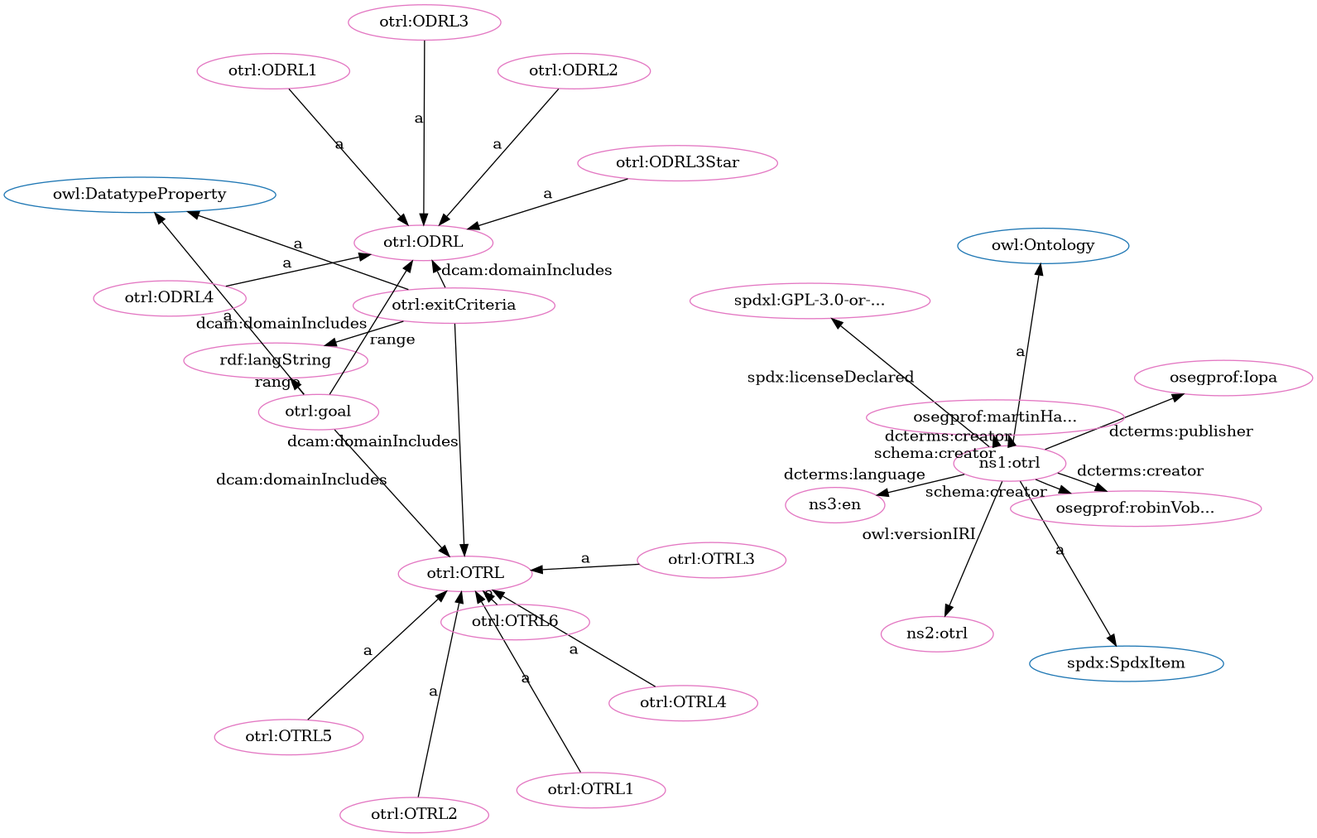
This is src/spec/fdp_otrl.png from iop-alliance/OpenKnowHow, a Graphviz export, as it was before one commit. Its source is kept beside it as src/spec/fdp_otrl.dot.
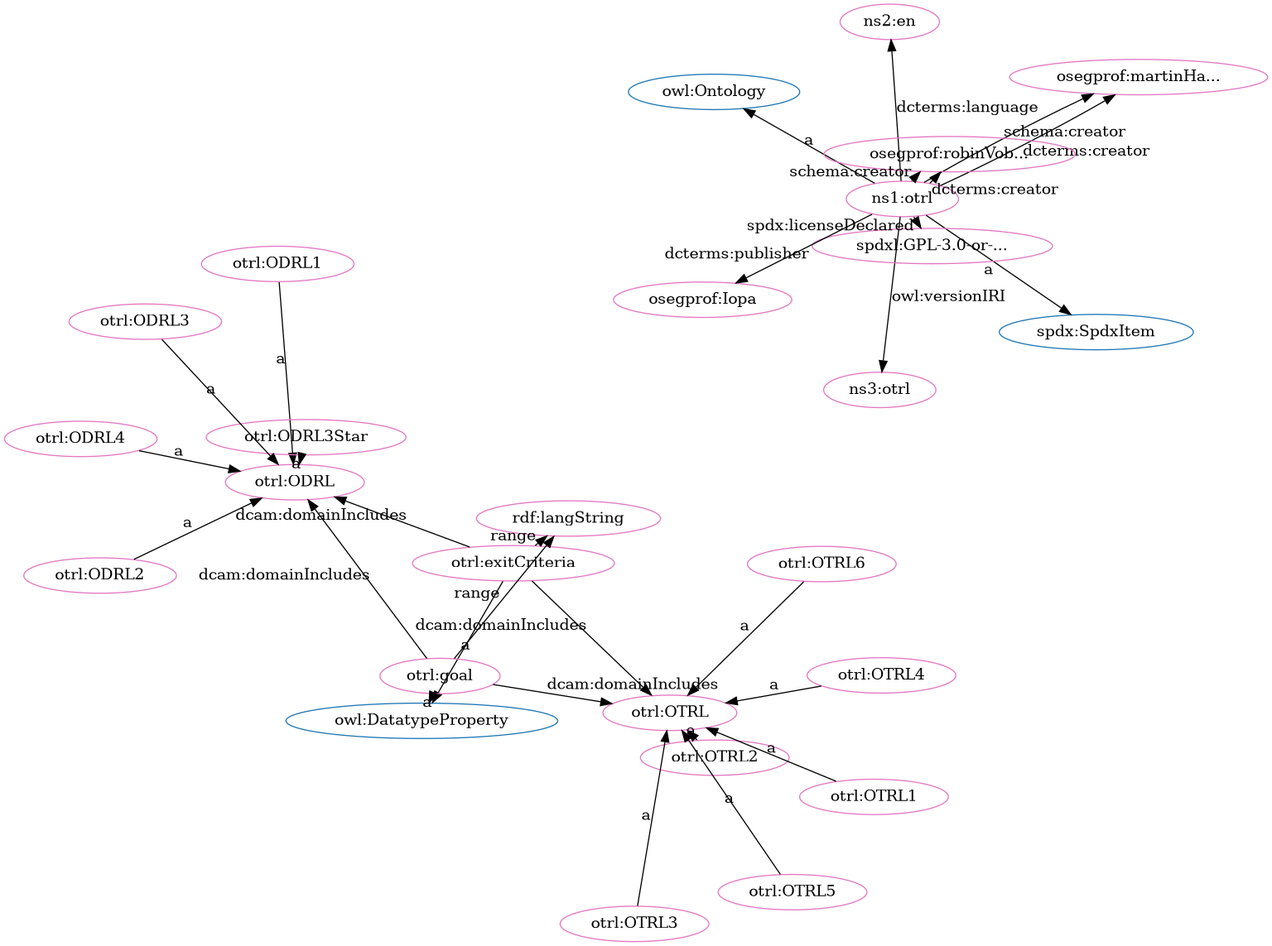
Later version of the same file.

What changed in the source:
```diff
@@ -1,61 +1,61 @@
 digraph G {
   rankdir=BT
   node[height=.3]
+"http://www.w3.org/2002/07/owl#Ontology" [fillcolor="#1f77b4" color="#1f77b4" label="owl:Ontology"]
+"http://w3id.org/oseg/ont/otrl#ODRL" [fillcolor="#1f77b4" color="#1f77b4" label="otrl:ODRL"]
+"http://spdx.org/rdf/terms#SpdxItem" [fillcolor="#1f77b4" color="#1f77b4" label="spdx:SpdxItem"]
 "http://w3id.org/oseg/ont/otrl#OTRL" [fillcolor="#1f77b4" color="#1f77b4" label="otrl:OTRL"]
-"http://www.w3.org/2002/07/owl#Ontology" [fillcolor="#1f77b4" color="#1f77b4" label="owl:Ontology"]
 "http://www.w3.org/2002/07/owl#DatatypeProperty" [fillcolor="#1f77b4" color="#1f77b4" label="owl:DatatypeProperty"]
-"http://spdx.org/rdf/terms#SpdxItem" [fillcolor="#1f77b4" color="#1f77b4" label="spdx:SpdxItem"]
-"http://w3id.org/oseg/ont/otrl#ODRL" [fillcolor="#1f77b4" color="#1f77b4" label="otrl:ODRL"]
+"http://w3id.org/oseg/ont/otrl#OTRL" [fillcolor="#e377c2" color="#e377c2" label="otrl:OTRL"]
+"http://w3id.org/oseg/ont/otrl#ODRL1" [fillcolor="#e377c2" color="#e377c2" label="otrl:ODRL1"]
 "http://w3id.org/oseg/ont/otrl" [fillcolor="#e377c2" color="#e377c2" label="ns1:otrl"]
-"http://spdx.org/licenses/GPL-3.0-or-later" [fillcolor="#e377c2" color="#e377c2" label="spdxl:GPL-3.0-or-..."]
-"http://w3id.org/oseg/ont/otrl#exitCriteria" [fillcolor="#e377c2" color="#e377c2" label="otrl:exitCriteria"]
-"http://w3id.org/oseg/ont/otrl#OTRL3" [fillcolor="#e377c2" color="#e377c2" label="otrl:OTRL3"]
-"http://www.w3.org/1999/02/22-rdf-syntax-ns#langString" [fillcolor="#e377c2" color="#e377c2" label="rdf:langString"]
-"http://w3id.org/oseg/ont/otrl#OTRL" [fillcolor="#e377c2" color="#e377c2" label="otrl:OTRL"]
-"http://w3id.org/oseg/ont/otrl#goal" [fillcolor="#e377c2" color="#e377c2" label="otrl:goal"]
-"http://w3id.org/oseg/ont/oseg-profiles#Iopa" [fillcolor="#e377c2" color="#e377c2" label="osegprof:Iopa"]
-"http://w3id.org/oseg/ont/otrl#OTRL4" [fillcolor="#e377c2" color="#e377c2" label="otrl:OTRL4"]
+"http://id.loc.gov/vocabulary/iso639-1/en" [fillcolor="#e377c2" color="#e377c2" label="ns2:en"]
+"http://w3id.org/oseg/ont/otrl#OTRL6" [fillcolor="#e377c2" color="#e377c2" label="otrl:OTRL6"]
 "http://w3id.org/oseg/ont/oseg-profiles#martinHaeuer" [fillcolor="#e377c2" color="#e377c2" label="osegprof:martinHa..."]
 "http://w3id.org/oseg/ont/otrl#ODRL" [fillcolor="#e377c2" color="#e377c2" label="otrl:ODRL"]
-"http://w3id.org/oseg/ont/1.1.0/otrl" [fillcolor="#e377c2" color="#e377c2" label="ns2:otrl"]
+"http://www.w3.org/1999/02/22-rdf-syntax-ns#langString" [fillcolor="#e377c2" color="#e377c2" label="rdf:langString"]
+"http://w3id.org/oseg/ont/oseg-profiles#robinVobruba" [fillcolor="#e377c2" color="#e377c2" label="osegprof:robinVob..."]
+"http://w3id.org/oseg/ont/otrl#OTRL2" [fillcolor="#e377c2" color="#e377c2" label="otrl:OTRL2"]
+"http://w3id.org/oseg/ont/otrl#exitCriteria" [fillcolor="#e377c2" color="#e377c2" label="otrl:exitCriteria"]
+"http://w3id.org/oseg/ont/otrl#ODRL2" [fillcolor="#e377c2" color="#e377c2" label="otrl:ODRL2"]
+"http://w3id.org/oseg/ont/1.1.0/otrl" [fillcolor="#e377c2" color="#e377c2" label="ns3:otrl"]
+"http://w3id.org/oseg/ont/otrl#OTRL1" [fillcolor="#e377c2" color="#e377c2" label="otrl:OTRL1"]
+"http://w3id.org/oseg/ont/otrl#OTRL3" [fillcolor="#e377c2" color="#e377c2" label="otrl:OTRL3"]
 "http://w3id.org/oseg/ont/otrl#ODRL4" [fillcolor="#e377c2" color="#e377c2" label="otrl:ODRL4"]
-"http://w3id.org/oseg/ont/oseg-profiles#robinVobruba" [fillcolor="#e377c2" color="#e377c2" label="osegprof:robinVob..."]
-"http://w3id.org/oseg/ont/otrl#ODRL1" [fillcolor="#e377c2" color="#e377c2" label="otrl:ODRL1"]
-"http://w3id.org/oseg/ont/otrl#OTRL1" [fillcolor="#e377c2" color="#e377c2" label="otrl:OTRL1"]
+"http://spdx.org/licenses/GPL-3.0-or-later" [fillcolor="#e377c2" color="#e377c2" label="spdxl:GPL-3.0-or-..."]
+"http://w3id.org/oseg/ont/otrl#ODRL3Star" [fillcolor="#e377c2" color="#e377c2" label="otrl:ODRL3Star"]
+"http://w3id.org/oseg/ont/otrl#ODRL3" [fillcolor="#e377c2" color="#e377c2" label="otrl:ODRL3"]
+"http://w3id.org/oseg/ont/otrl#goal" [fillcolor="#e377c2" color="#e377c2" label="otrl:goal"]
+"http://w3id.org/oseg/ont/otrl#OTRL4" [fillcolor="#e377c2" color="#e377c2" label="otrl:OTRL4"]
 "http://w3id.org/oseg/ont/otrl#OTRL5" [fillcolor="#e377c2" color="#e377c2" label="otrl:OTRL5"]
-"http://w3id.org/oseg/ont/otrl#OTRL2" [fillcolor="#e377c2" color="#e377c2" label="otrl:OTRL2"]
-"http://w3id.org/oseg/ont/otrl#ODRL3Star" [fillcolor="#e377c2" color="#e377c2" label="otrl:ODRL3Star"]
-"http://id.loc.gov/vocabulary/iso639-1/en" [fillcolor="#e377c2" color="#e377c2" label="ns3:en"]
-"http://w3id.org/oseg/ont/otrl#ODRL3" [fillcolor="#e377c2" color="#e377c2" label="otrl:ODRL3"]
-"http://w3id.org/oseg/ont/otrl#ODRL2" [fillcolor="#e377c2" color="#e377c2" label="otrl:ODRL2"]
-"http://w3id.org/oseg/ont/otrl#OTRL6" [fillcolor="#e377c2" color="#e377c2" label="otrl:OTRL6"]
+"http://w3id.org/oseg/ont/oseg-profiles#Iopa" [fillcolor="#e377c2" color="#e377c2" label="osegprof:Iopa"]
+  "http://w3id.org/oseg/ont/otrl" -> "http://www.w3.org/2002/07/owl#Ontology" [label="a"]
+  "http://w3id.org/oseg/ont/otrl" -> "http://id.loc.gov/vocabulary/iso639-1/en" [label="dcterms:language"]
+  "http://w3id.org/oseg/ont/otrl#OTRL6" -> "http://w3id.org/oseg/ont/otrl#OTRL" [label="a"]
+  "http://w3id.org/oseg/ont/otrl#exitCriteria" -> "http://www.w3.org/1999/02/22-rdf-syntax-ns#langString" [label="range"]
+  "http://w3id.org/oseg/ont/otrl#exitCriteria" -> "http://www.w3.org/2002/07/owl#DatatypeProperty" [label="a"]
+  "http://w3id.org/oseg/ont/otrl#goal" -> "http://w3id.org/oseg/ont/otrl#OTRL" [label="dcam:domainIncludes"]
+  "http://w3id.org/oseg/ont/otrl#ODRL2" -> "http://w3id.org/oseg/ont/otrl#ODRL" [label="a"]
+  "http://w3id.org/oseg/ont/otrl" -> "http://w3id.org/oseg/ont/1.1.0/otrl" [label="owl:versionIRI"]
+  "http://w3id.org/oseg/ont/otrl#exitCriteria" -> "http://w3id.org/oseg/ont/otrl#ODRL" [label="dcam:domainIncludes"]
+  "http://w3id.org/oseg/ont/otrl#OTRL3" -> "http://w3id.org/oseg/ont/otrl#OTRL" [label="a"]
+  "http://w3id.org/oseg/ont/otrl#ODRL4" -> "http://w3id.org/oseg/ont/otrl#ODRL" [label="a"]
+  "http://w3id.org/oseg/ont/otrl#ODRL3Star" -> "http://w3id.org/oseg/ont/otrl#ODRL" [label="a"]
+  "http://w3id.org/oseg/ont/otrl" -> "http://w3id.org/oseg/ont/oseg-profiles#martinHaeuer" [label="schema:creator"]
+  "http://w3id.org/oseg/ont/otrl#OTRL4" -> "http://w3id.org/oseg/ont/otrl#OTRL" [label="a"]
+  "http://w3id.org/oseg/ont/otrl#OTRL5" -> "http://w3id.org/oseg/ont/otrl#OTRL" [label="a"]
+  "http://w3id.org/oseg/ont/otrl" -> "http://w3id.org/oseg/ont/oseg-profiles#Iopa" [label="dcterms:publisher"]
+  "http://w3id.org/oseg/ont/otrl#goal" -> "http://www.w3.org/2002/07/owl#DatatypeProperty" [label="a"]
+  "http://w3id.org/oseg/ont/otrl#ODRL1" -> "http://w3id.org/oseg/ont/otrl#ODRL" [label="a"]
+  "http://w3id.org/oseg/ont/otrl#exitCriteria" -> "http://w3id.org/oseg/ont/otrl#OTRL" [label="dcam:domainIncludes"]
+  "http://w3id.org/oseg/ont/otrl" -> "http://w3id.org/oseg/ont/oseg-profiles#martinHaeuer" [label="dcterms:creator"]
+  "http://w3id.org/oseg/ont/otrl#goal" -> "http://w3id.org/oseg/ont/otrl#ODRL" [label="dcam:domainIncludes"]
+  "http://w3id.org/oseg/ont/otrl" -> "http://w3id.org/oseg/ont/oseg-profiles#robinVobruba" [label="schema:creator"]
+  "http://w3id.org/oseg/ont/otrl#OTRL2" -> "http://w3id.org/oseg/ont/otrl#OTRL" [label="a"]
+  "http://w3id.org/oseg/ont/otrl" -> "http://spdx.org/rdf/terms#SpdxItem" [label="a"]
+  "http://w3id.org/oseg/ont/otrl#goal" -> "http://www.w3.org/1999/02/22-rdf-syntax-ns#langString" [label="range"]
+  "http://w3id.org/oseg/ont/otrl#OTRL1" -> "http://w3id.org/oseg/ont/otrl#OTRL" [label="a"]
+  "http://w3id.org/oseg/ont/otrl" -> "http://w3id.org/oseg/ont/oseg-profiles#robinVobruba" [label="dcterms:creator"]
   "http://w3id.org/oseg/ont/otrl" -> "http://spdx.org/licenses/GPL-3.0-or-later" [label="spdx:licenseDeclared"]
-  "http://w3id.org/oseg/ont/otrl#OTRL3" -> "http://w3id.org/oseg/ont/otrl#OTRL" [label="a"]
-  "http://w3id.org/oseg/ont/otrl" -> "http://w3id.org/oseg/ont/oseg-profiles#Iopa" [label="dcterms:publisher"]
-  "http://w3id.org/oseg/ont/otrl#exitCriteria" -> "http://w3id.org/oseg/ont/otrl#ODRL" [label="dcam:domainIncludes"]
-  "http://w3id.org/oseg/ont/otrl#exitCriteria" -> "http://w3id.org/oseg/ont/otrl#OTRL" [label="dcam:domainIncludes"]
-  "http://w3id.org/oseg/ont/otrl" -> "http://w3id.org/oseg/ont/1.1.0/otrl" [label="owl:versionIRI"]
-  "http://w3id.org/oseg/ont/otrl" -> "http://w3id.org/oseg/ont/oseg-profiles#martinHaeuer" [label="schema:creator"]
-  "http://w3id.org/oseg/ont/otrl" -> "http://w3id.org/oseg/ont/oseg-profiles#robinVobruba" [label="dcterms:creator"]
-  "http://w3id.org/oseg/ont/otrl#OTRL1" -> "http://w3id.org/oseg/ont/otrl#OTRL" [label="a"]
-  "http://w3id.org/oseg/ont/otrl#OTRL5" -> "http://w3id.org/oseg/ont/otrl#OTRL" [label="a"]
-  "http://w3id.org/oseg/ont/otrl#OTRL2" -> "http://w3id.org/oseg/ont/otrl#OTRL" [label="a"]
-  "http://w3id.org/oseg/ont/otrl#goal" -> "http://w3id.org/oseg/ont/otrl#ODRL" [label="dcam:domainIncludes"]
-  "http://w3id.org/oseg/ont/otrl" -> "http://id.loc.gov/vocabulary/iso639-1/en" [label="dcterms:language"]
-  "http://w3id.org/oseg/ont/otrl" -> "http://www.w3.org/2002/07/owl#Ontology" [label="a"]
-  "http://w3id.org/oseg/ont/otrl#OTRL6" -> "http://w3id.org/oseg/ont/otrl#OTRL" [label="a"]
-  "http://w3id.org/oseg/ont/otrl" -> "http://spdx.org/rdf/terms#SpdxItem" [label="a"]
-  "http://w3id.org/oseg/ont/otrl#exitCriteria" -> "http://www.w3.org/2002/07/owl#DatatypeProperty" [label="a"]
-  "http://w3id.org/oseg/ont/otrl#exitCriteria" -> "http://www.w3.org/1999/02/22-rdf-syntax-ns#langString" [label="range"]
-  "http://w3id.org/oseg/ont/otrl#goal" -> "http://w3id.org/oseg/ont/otrl#OTRL" [label="dcam:domainIncludes"]
-  "http://w3id.org/oseg/ont/otrl#goal" -> "http://www.w3.org/2002/07/owl#DatatypeProperty" [label="a"]
-  "http://w3id.org/oseg/ont/otrl#OTRL4" -> "http://w3id.org/oseg/ont/otrl#OTRL" [label="a"]
-  "http://w3id.org/oseg/ont/otrl" -> "http://w3id.org/oseg/ont/oseg-profiles#martinHaeuer" [label="dcterms:creator"]
-  "http://w3id.org/oseg/ont/otrl#ODRL4" -> "http://w3id.org/oseg/ont/otrl#ODRL" [label="a"]
-  "http://w3id.org/oseg/ont/otrl#ODRL1" -> "http://w3id.org/oseg/ont/otrl#ODRL" [label="a"]
-  "http://w3id.org/oseg/ont/otrl#goal" -> "http://www.w3.org/1999/02/22-rdf-syntax-ns#langString" [label="range"]
-  "http://w3id.org/oseg/ont/otrl#ODRL3Star" -> "http://w3id.org/oseg/ont/otrl#ODRL" [label="a"]
   "http://w3id.org/oseg/ont/otrl#ODRL3" -> "http://w3id.org/oseg/ont/otrl#ODRL" [label="a"]
-  "http://w3id.org/oseg/ont/otrl#ODRL2" -> "http://w3id.org/oseg/ont/otrl#ODRL" [label="a"]
-  "http://w3id.org/oseg/ont/otrl" -> "http://w3id.org/oseg/ont/oseg-profiles#robinVobruba" [label="schema:creator"]
 }
```
